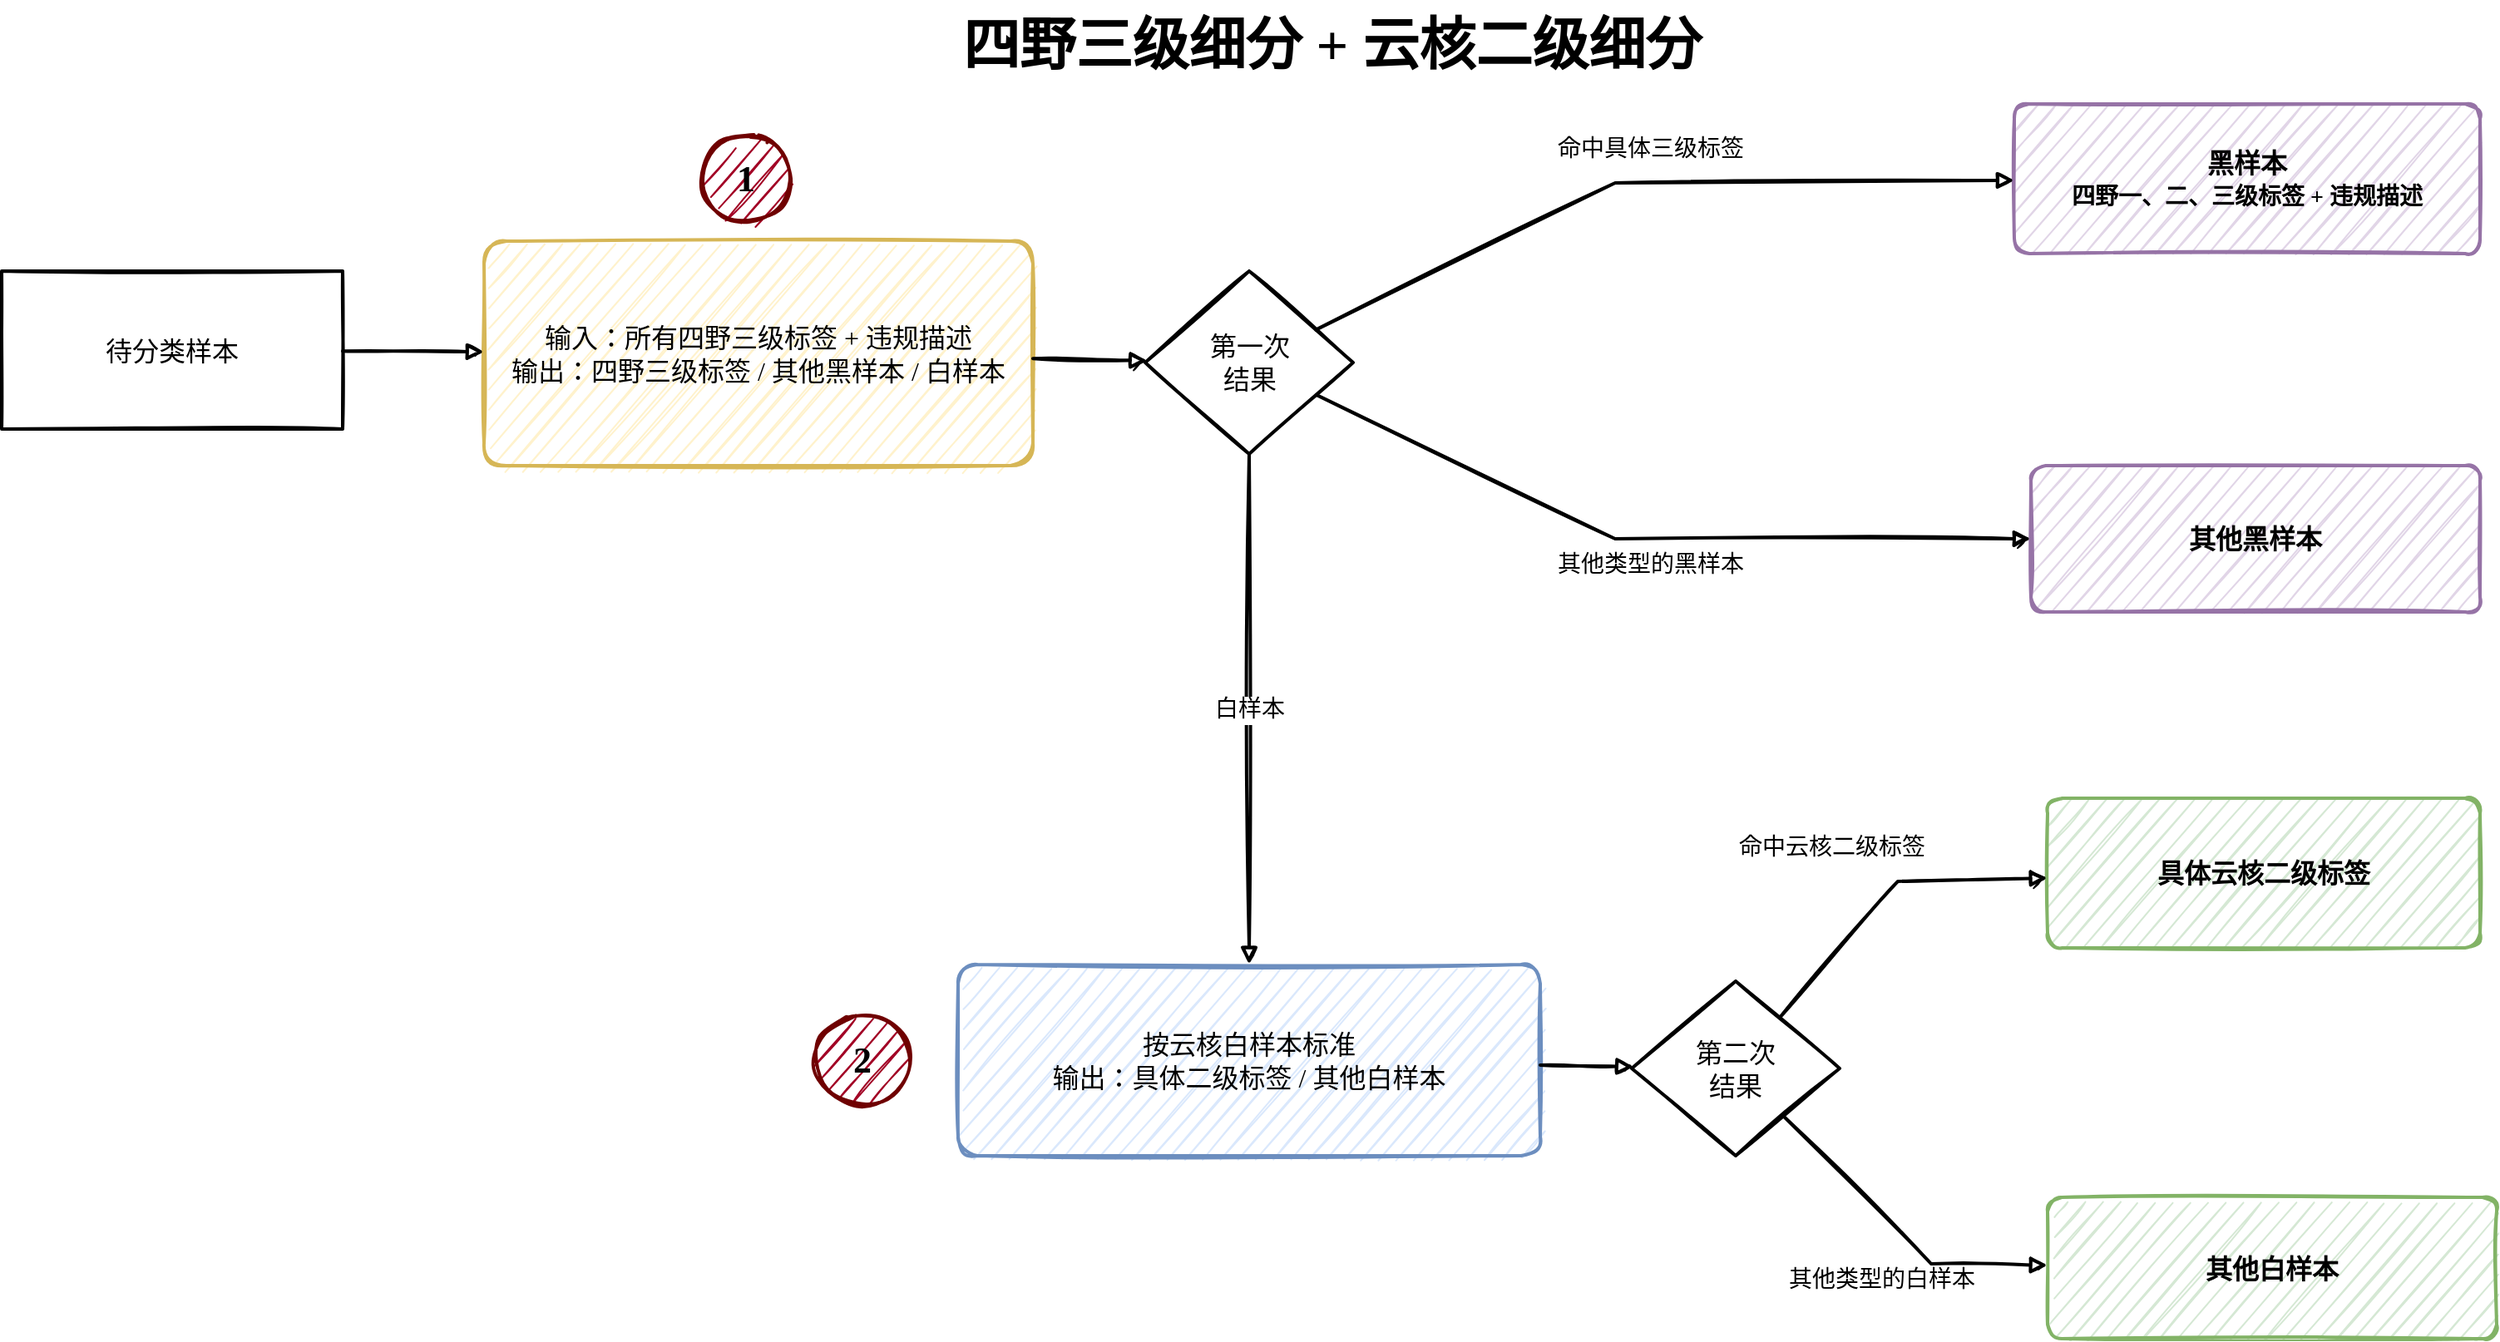
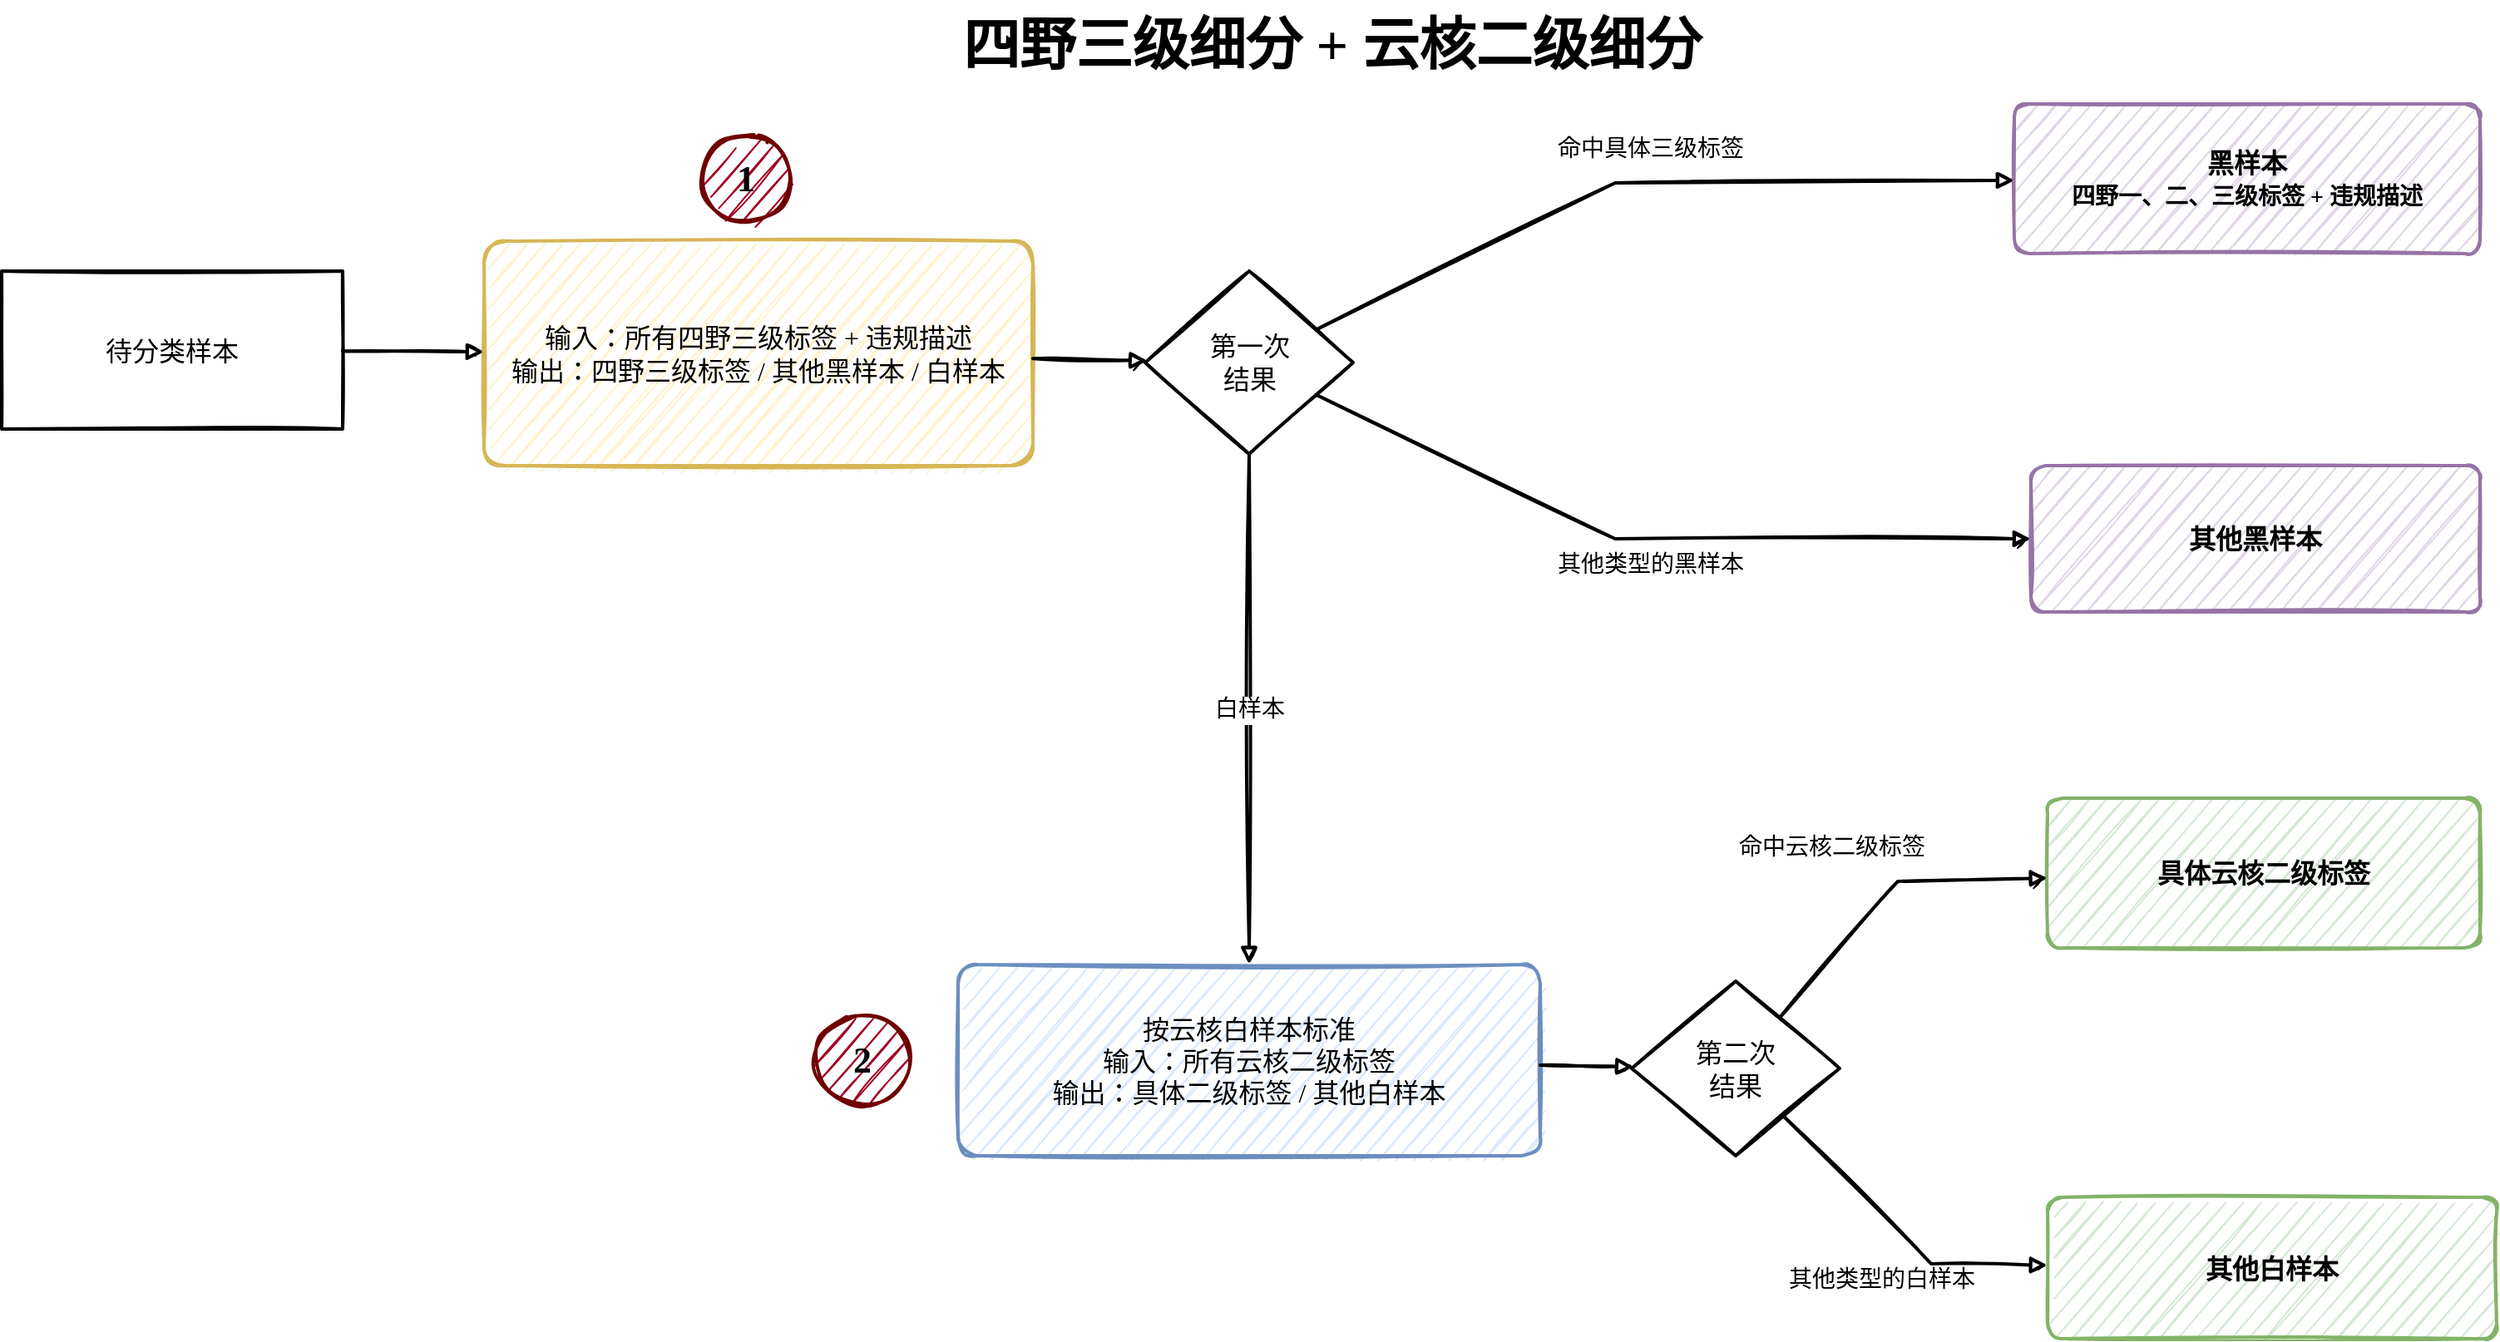
<mxfile host="app.diagrams.net">
  <diagram name="第 1 页" id="O6OdnoE2uYeRQ8ACVb-3">
-     <mxGraphModel dx="3164" dy="914" grid="1" gridSize="10" guides="1" tooltips="1" connect="1" arrows="1" fold="1" page="1" pageScale="1" pageWidth="1500" pageHeight="900" math="0" shadow="0">
+     <mxGraphModel dx="3071" dy="863" grid="1" gridSize="10" guides="1" tooltips="1" connect="1" arrows="1" fold="1" page="1" pageScale="1" pageWidth="1500" pageHeight="900" math="0" shadow="0">
      <root>
        <mxCell id="0" />
        <mxCell id="1" parent="0" />
        <mxCell id="title" parent="1" style="text;html=1;strokeColor=none;fillColor=none;align=center;verticalAlign=middle;whiteSpace=wrap;rounded=0;fontFamily=Microsoft YaHei;fontSize=34;fontStyle=1;" value="四野三级细分 + 云核二级细分" vertex="1">
          <mxGeometry height="55" width="560" x="430" y="20" as="geometry" />
        </mxCell>
        <mxCell id="sample" parent="1" style="rounded=0;whiteSpace=wrap;html=1;spacing=8;fontFamily=Microsoft YaHei;fontSize=16;sketch=1;rough=1;strokeWidth=2;fillColor=#ffffff;strokeColor=#000000;" value="待分类样本" vertex="1">
          <mxGeometry height="95" width="205" x="-90" y="183" as="geometry" />
        </mxCell>
        <mxCell id="step1_num" parent="1" style="ellipse;whiteSpace=wrap;html=1;fillColor=#a20025;strokeColor=#6F0000;fontFamily=Microsoft YaHei;fontSize=22;fontStyle=1;strokeWidth=2;sketch=1;rough=1;fontColor=#000000;" value="1" vertex="1">
          <mxGeometry height="55" width="55" x="330" y="100" as="geometry" />
        </mxCell>
        <mxCell id="step1" parent="1" style="rounded=1;whiteSpace=wrap;html=1;arcSize=10;spacing=8;fontFamily=Microsoft YaHei;fontSize=16;sketch=1;rough=1;strokeWidth=2;fillColor=#fff2cc;strokeColor=#d6b656;" value="输入：所有四野三级标签 + 违规描述&lt;br&gt;输出：四野三级标签 / 其他黑样本 / 白样本" vertex="1">
          <mxGeometry height="135" width="330" x="200" y="165" as="geometry" />
        </mxCell>
        <mxCell id="decision1" parent="1" style="rhombus;whiteSpace=wrap;html=1;spacing=8;fillColor=#ffffff;strokeColor=#000000;fontFamily=Microsoft YaHei;fontSize=16;sketch=1;rough=1;strokeWidth=2;" value="第一次&lt;br&gt;结果" vertex="1">
          <mxGeometry height="110" width="125" x="597.5" y="183" as="geometry" />
        </mxCell>
        <mxCell id="black" parent="1" style="rounded=1;whiteSpace=wrap;html=1;arcSize=10;spacing=8;fontFamily=Microsoft YaHei;fontSize=16;sketch=1;rough=1;strokeWidth=2;fillColor=#e1d5e7;strokeColor=#9673a6;fontStyle=1;align=center;verticalAlign=middle;" value="黑样本&lt;br&gt;&lt;span style=&#39;font-size:14px&#39;&gt;四野一、二、三级标签 + 违规描述&lt;/span&gt;" vertex="1">
          <mxGeometry height="90" width="280" x="1120" y="82.5" as="geometry" />
        </mxCell>
        <mxCell id="other_black" parent="1" style="rounded=1;whiteSpace=wrap;html=1;arcSize=10;spacing=8;fontFamily=Microsoft YaHei;fontSize=16;sketch=1;rough=1;strokeWidth=2;fillColor=#e1d5e7;strokeColor=#9673a6;fontStyle=1;align=center;verticalAlign=middle;" value="其他黑样本" vertex="1">
          <mxGeometry height="88" width="270" x="1130" y="300" as="geometry" />
        </mxCell>
        <mxCell id="step2_num" parent="1" style="ellipse;whiteSpace=wrap;html=1;fillColor=#a20025;strokeColor=#6F0000;fontFamily=Microsoft YaHei;fontSize=22;fontStyle=1;strokeWidth=2;sketch=1;rough=1;fontColor=#000000;" value="2" vertex="1">
          <mxGeometry height="55" width="55" x="400" y="630" as="geometry" />
        </mxCell>
-         <mxCell id="step2" parent="1" style="rounded=1;whiteSpace=wrap;html=1;arcSize=10;spacing=8;fontFamily=Microsoft YaHei;fontSize=16;sketch=1;rough=1;strokeWidth=2;fillColor=#dae8fc;strokeColor=#6c8ebf;" value="按云核白样本标准&lt;br&gt;输出：具体二级标签 / 其他白样本" vertex="1">
+         <mxCell id="step2" parent="1" style="rounded=1;whiteSpace=wrap;html=1;arcSize=10;spacing=8;fontFamily=Microsoft YaHei;fontSize=16;sketch=1;rough=1;strokeWidth=2;fillColor=#dae8fc;strokeColor=#6c8ebf;" value="按云核白样本标准&lt;div&gt;输入：所有云核二级标签&lt;br&gt;输出：具体二级标签 / 其他白样本&lt;/div&gt;" vertex="1">
          <mxGeometry height="115" width="350" x="485" y="600" as="geometry" />
        </mxCell>
        <mxCell id="decision2" parent="1" style="rhombus;whiteSpace=wrap;html=1;spacing=8;fillColor=#ffffff;strokeColor=#000000;fontFamily=Microsoft YaHei;fontSize=16;sketch=1;rough=1;strokeWidth=2;" value="第二次&lt;br&gt;结果" vertex="1">
          <mxGeometry height="105" width="125" x="890" y="610" as="geometry" />
        </mxCell>
        <mxCell id="cloud_tag" parent="1" style="rounded=1;whiteSpace=wrap;html=1;arcSize=10;spacing=8;fontFamily=Microsoft YaHei;fontSize=16;sketch=1;rough=1;strokeWidth=2;fillColor=#d5e8d4;strokeColor=#82b366;fontStyle=1;" value="具体云核二级标签" vertex="1">
          <mxGeometry height="90" width="260" x="1140" y="500" as="geometry" />
        </mxCell>
        <mxCell id="other_white" parent="1" style="rounded=1;whiteSpace=wrap;html=1;arcSize=10;spacing=8;fontFamily=Microsoft YaHei;fontSize=16;sketch=1;rough=1;strokeWidth=2;fillColor=#d5e8d4;strokeColor=#82b366;fontStyle=1;align=center;verticalAlign=middle;fontColor=default;" value="其他白样本" vertex="1">
          <mxGeometry height="85" width="270" x="1140" y="740" as="geometry" />
        </mxCell>
        <mxCell id="a_sample_step1" edge="1" parent="1" source="sample" style="endArrow=block;html=1;rounded=0;strokeColor=#000000;strokeWidth=2;sketch=1;rough=1;fontFamily=Microsoft YaHei;fontSize=14;" target="step1">
          <mxGeometry relative="1" as="geometry" />
        </mxCell>
        <mxCell id="a_step1_decision1" edge="1" parent="1" source="step1" style="endArrow=block;html=1;rounded=0;strokeColor=#000000;strokeWidth=2;sketch=1;rough=1;fontFamily=Microsoft YaHei;fontSize=14;" target="decision1">
          <mxGeometry relative="1" as="geometry" />
        </mxCell>
        <mxCell id="a_d1_black" edge="1" parent="1" source="decision1" style="endArrow=block;html=1;rounded=0;strokeColor=#000000;strokeWidth=2;sketch=1;rough=1;fontFamily=Microsoft YaHei;fontSize=14;" target="black" value="命中具体三级标签">
          <mxGeometry relative="1" x="0.0015" y="20" as="geometry">
            <mxPoint x="1" as="offset" />
            <Array as="points">
              <mxPoint x="880" y="130" />
            </Array>
          </mxGeometry>
        </mxCell>
        <mxCell id="a_d1_other_black" edge="1" parent="1" source="decision1" style="endArrow=block;html=1;rounded=0;strokeColor=#000000;strokeWidth=2;sketch=1;rough=1;fontFamily=Microsoft YaHei;fontSize=14;" target="other_black" value="其他类型的黑样本">
          <mxGeometry relative="1" x="-0.0236" y="-16" as="geometry">
            <mxPoint x="1" as="offset" />
            <Array as="points">
              <mxPoint x="880" y="344" />
            </Array>
          </mxGeometry>
        </mxCell>
        <mxCell id="a_d1_step2" edge="1" parent="1" source="decision1" style="endArrow=block;html=1;rounded=0;strokeColor=#000000;strokeWidth=2;sketch=1;rough=1;fontFamily=Microsoft YaHei;fontSize=14;" target="step2" value="白样本">
          <mxGeometry relative="1" as="geometry" />
        </mxCell>
        <mxCell id="a_step2_decision2" edge="1" parent="1" source="step2" style="endArrow=block;html=1;rounded=0;strokeColor=#000000;strokeWidth=2;sketch=1;rough=1;fontFamily=Microsoft YaHei;fontSize=14;" target="decision2">
          <mxGeometry relative="1" as="geometry" />
        </mxCell>
        <mxCell id="a_d2_cloud" edge="1" parent="1" source="decision2" style="endArrow=block;html=1;rounded=0;strokeColor=#000000;strokeWidth=2;sketch=1;rough=1;fontFamily=Microsoft YaHei;fontSize=14;" target="cloud_tag" value="命中云核二级标签">
          <mxGeometry relative="1" x="-0.0177" y="43" as="geometry">
            <mxPoint as="offset" />
            <Array as="points">
              <mxPoint x="1050" y="550" />
            </Array>
          </mxGeometry>
        </mxCell>
        <mxCell id="a_d2_other_white" edge="1" parent="1" source="decision2" style="endArrow=block;html=1;rounded=0;strokeColor=#000000;strokeWidth=2;sketch=1;rough=1;fontFamily=Microsoft YaHei;fontSize=14;" target="other_white" value="其他类型的白样本">
          <mxGeometry relative="1" x="0.1406" y="-28" as="geometry">
            <mxPoint as="offset" />
            <Array as="points">
              <mxPoint x="1070" y="780" />
            </Array>
          </mxGeometry>
        </mxCell>
      </root>
    </mxGraphModel>
  </diagram>
</mxfile>
